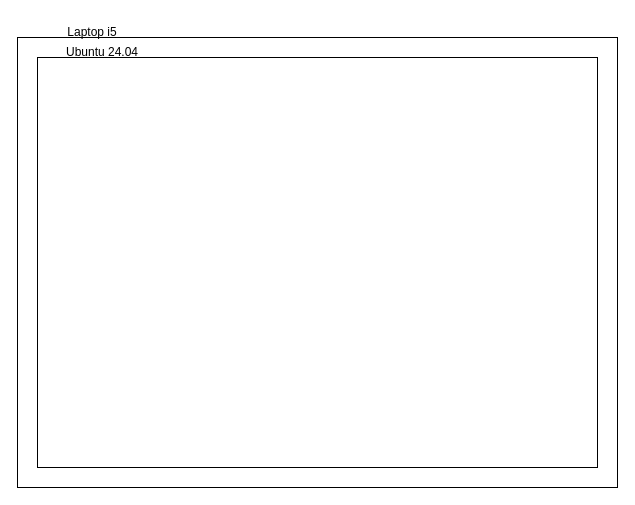
Above: UruDevs/diagrama implementacion linux.drawio in BUCEO/3bj-practicos (draw.io), before the change. Source tidied: cells renumbered, new cells numbered last; positions are measured from the earlier drawing's top-left corner, leaving out a move shared by most shapes. Both pictures are drawn from the tidied source at 100%, with x=0, y=0 at pixel (17, 17).
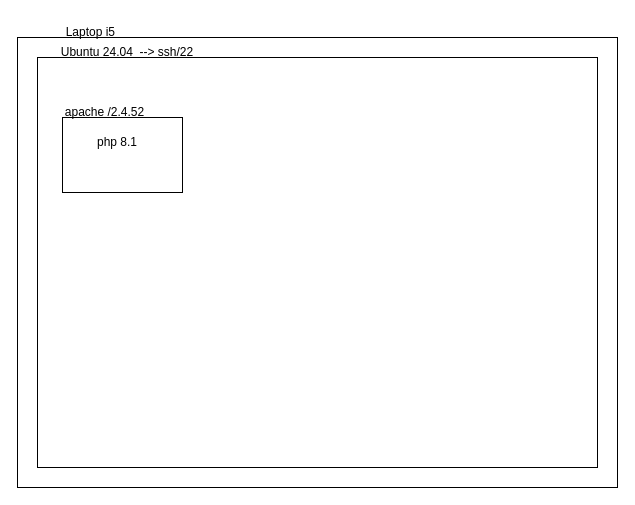
The same diagram, later.

The edit, as a diff of the source:
```diff
@@
 <mxGraphModel>
   <root>
     <mxCell id="0" />
     <mxCell id="1" parent="0" />
     <mxCell id="2" style="rounded=0;whiteSpace=wrap;html=1;" parent="1" vertex="1">
       <mxGeometry y="20" width="600" height="450" as="geometry" />
     </mxCell>
-    <mxCell id="3" value="Laptop i5" style="text;html=1;align=center;verticalAlign=middle;whiteSpace=wrap;rounded=0;" parent="1" vertex="1">
+    <mxCell id="3" value="Laptop i5&amp;nbsp;" style="text;html=1;align=center;verticalAlign=middle;whiteSpace=wrap;rounded=0;" parent="1" vertex="1">
       <mxGeometry width="150" height="30" as="geometry" />
     </mxCell>
     <mxCell id="4" style="rounded=0;whiteSpace=wrap;html=1;" parent="1" vertex="1">
       <mxGeometry x="20" y="40" width="560" height="410" as="geometry" />
     </mxCell>
-    <mxCell id="5" value="Ubuntu 24.04" style="text;html=1;align=center;verticalAlign=middle;whiteSpace=wrap;rounded=0;" parent="1" vertex="1">
-      <mxGeometry x="40" y="20" width="90" height="30" as="geometry" />
+    <mxCell id="5" value="Ubuntu 24.04&amp;nbsp;&amp;nbsp;--&amp;gt; ssh/22" style="text;html=1;align=center;verticalAlign=middle;whiteSpace=wrap;rounded=0;" parent="1" vertex="1">
+      <mxGeometry x="40" y="20" width="140" height="30" as="geometry" />
     </mxCell>
+    <mxCell id="6" style="rounded=0;whiteSpace=wrap;html=1;" parent="1" vertex="1">
+      <mxGeometry x="45" y="100" width="120" height="75" as="geometry" />
+    </mxCell>
+    <mxCell id="7" value="apache /2.4.52" style="text;html=1;align=center;verticalAlign=middle;whiteSpace=wrap;rounded=0;" parent="1" vertex="1">
+      <mxGeometry x="40" y="80" width="95" height="30" as="geometry" />
+    </mxCell>
+    <mxCell id="8" value="php 8.1" style="text;html=1;align=center;verticalAlign=middle;whiteSpace=wrap;rounded=0;" parent="1" vertex="1">
+      <mxGeometry x="70" y="110" width="60" height="30" as="geometry" />
+    </mxCell>
   </root>
 </mxGraphModel>
```
